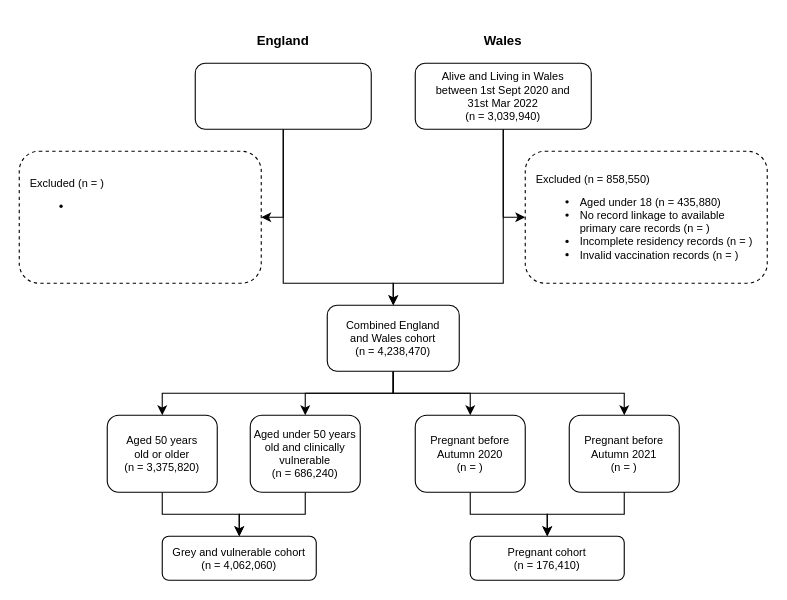
Above: figure_cohort_inclusion_flowchart.drawio in stubedston/dacvap-c19-flu-vaccine-disparity (draw.io), before the change. Source tidied: cells renumbered, new cells numbered last; positions are measured from the earlier drawing's top-left corner, leaving out a move shared by most shapes. Both pictures are drawn from the tidied source at 110%, with x=0, y=0 at pixel (19, 19).
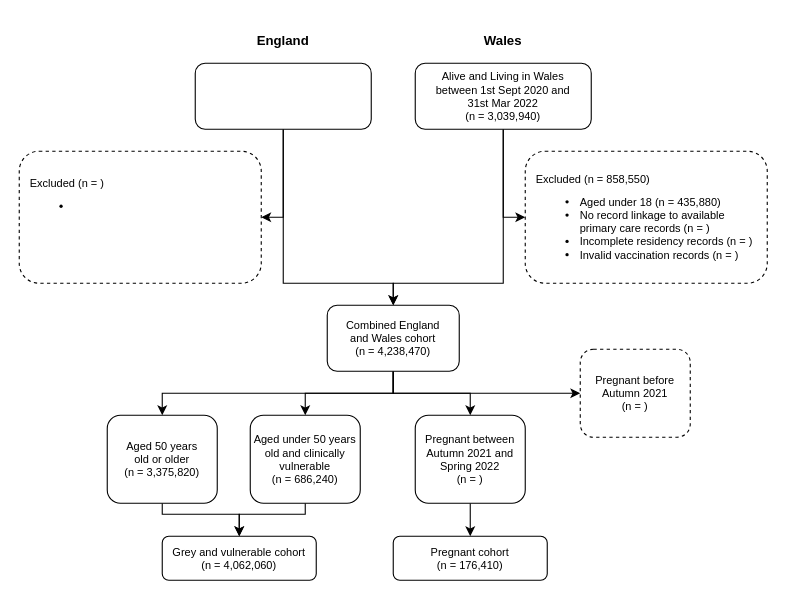
After the change.

The change refers to these unchanged cells:
```xml
<mxCell id="10" value="&lt;font style=&quot;font-size: 10px&quot;&gt;&lt;font style=&quot;font-size: 10px&quot;&gt;Combined England&lt;br&gt;and Wales cohort&lt;br style=&quot;font-size: 10px&quot;&gt;&lt;font style=&quot;font-size: 10px&quot;&gt;&lt;span style=&quot;font-size: 10px&quot;&gt;(n = 4,238,470)&lt;/span&gt;&lt;/font&gt;&lt;/font&gt;&lt;br style=&quot;font-size: 10px&quot;&gt;&lt;/font&gt;" style="rounded=1;whiteSpace=wrap;html=1;fontSize=10;glass=0;strokeWidth=1;shadow=0;" parent="1" vertex="1">
  <mxGeometry x="280" y="260" width="120" height="60" as="geometry" />
</mxCell>
<mxCell id="13" value="&lt;font style=&quot;font-size: 10px&quot;&gt;&lt;font style=&quot;font-size: 10px&quot;&gt;&lt;span style=&quot;font-size: 10px&quot;&gt;&lt;span style=&quot;font-size: 10px&quot;&gt;Grey and vulnerable cohort&lt;/span&gt;&lt;br style=&quot;font-size: 10px&quot;&gt;&lt;font style=&quot;font-size: 10px&quot;&gt;(n = 4,062,060)&lt;/font&gt;&lt;/span&gt;&lt;/font&gt;&lt;br style=&quot;font-size: 10px&quot;&gt;&lt;/font&gt;" style="rounded=1;whiteSpace=wrap;html=1;fontSize=10;glass=0;strokeWidth=1;shadow=0;fontStyle=0;" parent="1" vertex="1">
  <mxGeometry x="130" y="470" width="140" height="40" as="geometry" />
</mxCell>
```

What changed in the source:
```diff
@@
-    <mxCell id="9" style="edgeStyle=orthogonalEdgeStyle;rounded=0;jettySize=auto;html=1;entryX=0.5;entryY=0;entryDx=0;entryDy=0;fontSize=10;" parent="1" edge="1" source="10" target="25">
-      <mxGeometry relative="1" as="geometry">
-        <Array as="points">
-          <mxPoint x="340" y="340" />
-          <mxPoint x="550" y="340" />
-        </Array>
-      </mxGeometry>
+    <mxCell id="9" style="edgeStyle=orthogonalEdgeStyle;rounded=0;jettySize=auto;html=1;exitX=0.5;exitY=1;exitDx=0;exitDy=0;" parent="1" edge="1" source="10" target="25">
+      <mxGeometry relative="1" as="geometry" />
     </mxCell>
@@
     <mxCell id="11" style="edgeStyle=orthogonalEdgeStyle;rounded=0;jettySize=auto;html=1;entryX=0.5;entryY=0;entryDx=0;entryDy=0;fontSize=10;" parent="1" edge="1" source="12" target="13">
-      <mxGeometry relative="1" as="geometry" />
+      <mxGeometry relative="1" as="geometry">
+        <Array as="points">
+          <mxPoint x="130" y="450" />
+          <mxPoint x="200" y="450" />
+        </Array>
+      </mxGeometry>
     </mxCell>
     <mxCell id="12" value="&lt;div style=&quot;font-size: 10px&quot;&gt;&lt;span style=&quot;font-size: 10px&quot;&gt;Aged 50 years&lt;/span&gt;&lt;/div&gt;&lt;div style=&quot;font-size: 10px&quot;&gt;&lt;span style=&quot;font-size: 10px&quot;&gt;old&amp;nbsp;&lt;/span&gt;&lt;span style=&quot;background-color: initial;&quot;&gt;or older&lt;/span&gt;&lt;/div&gt;&lt;div style=&quot;font-size: 10px&quot;&gt;&lt;span style=&quot;font-size: 10px&quot;&gt;(n = 3,375,820)&lt;/span&gt;&lt;/div&gt;" style="rounded=1;whiteSpace=wrap;html=1;fontSize=10;glass=0;strokeWidth=1;shadow=0;align=center;fontStyle=0;" parent="1" vertex="1">
-      <mxGeometry x="80" y="360" width="100" height="70" as="geometry" />
+      <mxGeometry x="80" y="360" width="100" height="80" as="geometry" />
     </mxCell>
@@
     <mxCell id="14" style="edgeStyle=orthogonalEdgeStyle;rounded=0;jettySize=auto;html=1;entryX=0.5;entryY=0;entryDx=0;entryDy=0;fontSize=10;" parent="1" edge="1" source="15" target="13">
-      <mxGeometry relative="1" as="geometry" />
+      <mxGeometry relative="1" as="geometry">
+        <Array as="points">
+          <mxPoint x="260" y="450" />
+          <mxPoint x="200" y="450" />
+        </Array>
+      </mxGeometry>
     </mxCell>
     <mxCell id="15" value="Aged under 50 years&lt;br&gt;old and clinically vulnerable&lt;br style=&quot;font-size: 10px&quot;&gt;&lt;span style=&quot;font-size: 10px&quot;&gt;(n = 686,240)&lt;/span&gt;" style="rounded=1;whiteSpace=wrap;html=1;fontStyle=0;fontSize=10;" parent="1" vertex="1">
-      <mxGeometry x="210" y="360" width="100" height="70" as="geometry" />
+      <mxGeometry x="210" y="360" width="100" height="80" as="geometry" />
     </mxCell>
@@
-    <mxCell id="17" value="Pregnant before&lt;br&gt;Autumn 2020&lt;br style=&quot;font-size: 10px&quot;&gt;&lt;span style=&quot;font-size: 10px&quot;&gt;(n = )&lt;/span&gt;" style="rounded=1;whiteSpace=wrap;html=1;fontSize=10;fontStyle=0;" parent="1" vertex="1">
-      <mxGeometry x="360" y="360" width="100" height="70" as="geometry" />
+    <mxCell id="17" value="Pregnant between Autumn 2021 and Spring 2022&lt;br style=&quot;font-size: 10px&quot;&gt;&lt;span style=&quot;font-size: 10px&quot;&gt;(n = )&lt;/span&gt;" style="rounded=1;whiteSpace=wrap;html=1;fontSize=10;fontStyle=0;" parent="1" vertex="1">
+      <mxGeometry x="360" y="360" width="100" height="80" as="geometry" />
     </mxCell>
@@
-    <mxCell id="24" style="edgeStyle=orthogonalEdgeStyle;rounded=0;jettySize=auto;html=1;entryX=0.5;entryY=0;entryDx=0;entryDy=0;fontSize=10;" parent="1" edge="1" source="25" target="26">
-      <mxGeometry relative="1" as="geometry" />
-    </mxCell>
-    <mxCell id="25" value="Pregnant before&lt;br&gt;Autumn 2021&lt;br style=&quot;font-size: 10px&quot;&gt;&lt;span style=&quot;font-size: 10px&quot;&gt;(n = )&lt;/span&gt;" style="rounded=1;whiteSpace=wrap;html=1;fontSize=10;fontStyle=0;" parent="1" vertex="1">
-      <mxGeometry x="500" y="360" width="100" height="70" as="geometry" />
+    <mxCell id="25" value="Pregnant before&lt;br&gt;Autumn 2021&lt;br style=&quot;font-size: 10px&quot;&gt;&lt;span style=&quot;font-size: 10px&quot;&gt;(n = )&lt;/span&gt;" style="rounded=1;whiteSpace=wrap;html=1;fontSize=10;fontStyle=0;dashed=1;" parent="1" vertex="1">
+      <mxGeometry x="510" y="300" width="100" height="80" as="geometry" />
     </mxCell>
     <mxCell id="26" value="&lt;font style=&quot;font-size: 10px&quot;&gt;Pregnant cohort&lt;br&gt;(n = 176,410)&lt;br style=&quot;font-size: 10px&quot;&gt;&lt;/font&gt;" style="rounded=1;whiteSpace=wrap;html=1;fontSize=10;glass=0;strokeWidth=1;shadow=0;fontStyle=0;" parent="1" vertex="1">
-      <mxGeometry x="410" y="470" width="140" height="40" as="geometry" />
+      <mxGeometry x="340" y="470" width="140" height="40" as="geometry" />
     </mxCell>
```
